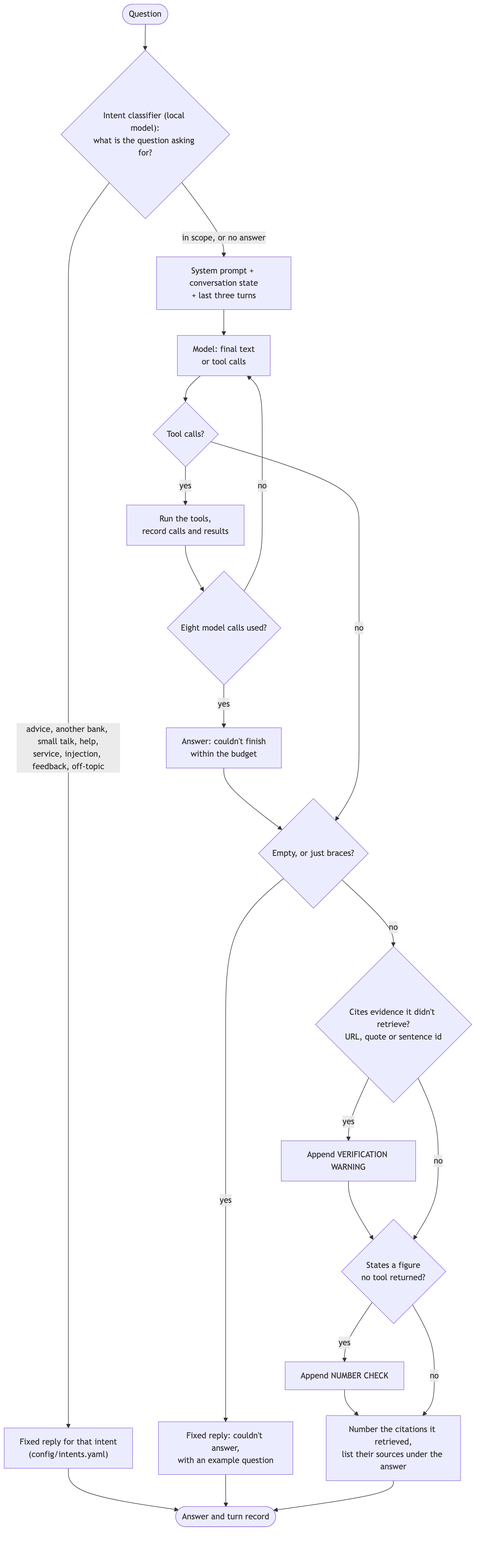
Above: docs/diagrams/img/07-chatbot-turn.png in Gavingyh/plp-project (Mermaid), before the change. Its source is kept beside it as docs/diagrams/src/07-chatbot-turn.mmd.
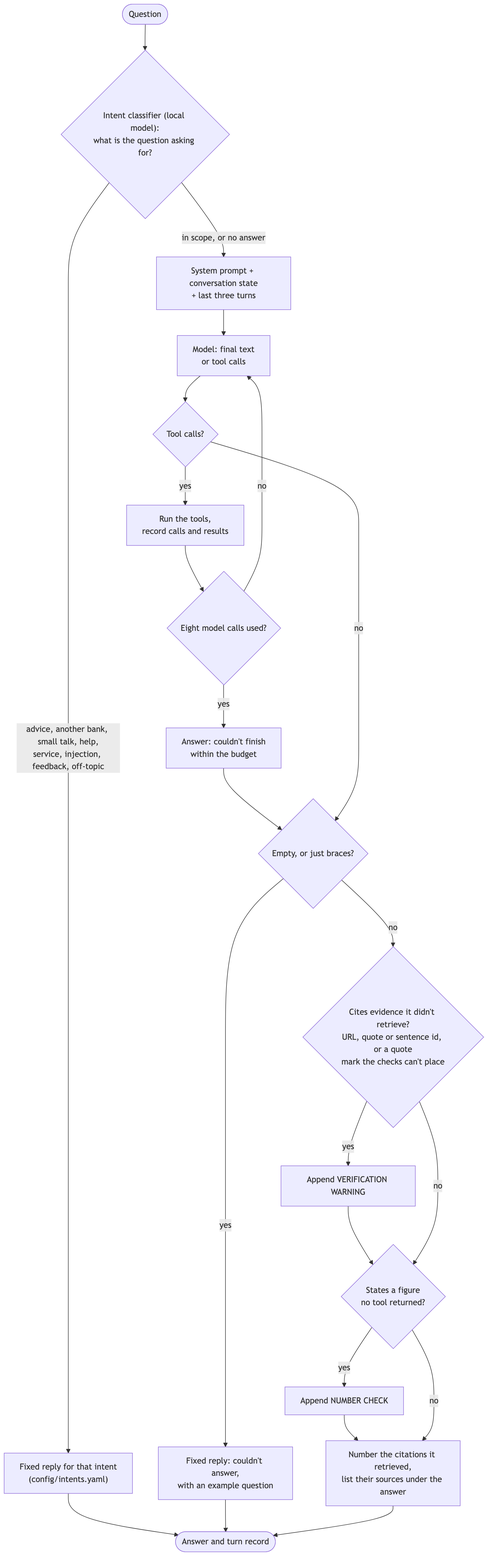
After the commit.

The edit, as a diff of the source:
```diff
@@ -1,6 +1,6 @@
 flowchart TB
   accTitle: One chatbot turn
-  accDescr: A local model sorts the question first; every intent except in-scope gets a fixed reply without the chatbot model, and a question the classifier can't sort goes on to the model. Otherwise the model calls tools in a loop of at most eight calls; its answer then passes an empty-answer check, a citation check and a figure check, and the citations it retrieved are numbered with their sources listed, before it is shown.
+  accDescr: A local model sorts the question first; every intent except in-scope gets a fixed reply without the chatbot model, and a question the classifier can't sort goes on to the model. Otherwise the model calls tools in a loop of at most eight calls; its answer then passes an empty-answer check, a citation check (a quote mark the checks can't place counts as unretrieved evidence) and a figure check, and the citations it retrieved are numbered with their sources listed, before it is shown.
 
   q(["Question"])
   cls{"Intent classifier (local model):<br/>what is the question asking for?"}
@@ -13,7 +13,7 @@
   budget["Answer: couldn't finish<br/>within the budget"]
   emp{"Empty, or just braces?"}
   empR["Fixed reply: couldn't answer,<br/>with an example question"]
-  cite{"Cites evidence it didn't retrieve?<br/>URL, quote or sentence id"}
+  cite{"Cites evidence it didn't retrieve?<br/>URL, quote or sentence id, or a quote<br/>mark the checks can't place"}
   w1["Append VERIFICATION WARNING"]
   num{"States a figure<br/>no tool returned?"}
   w2["Append NUMBER CHECK"]
```
